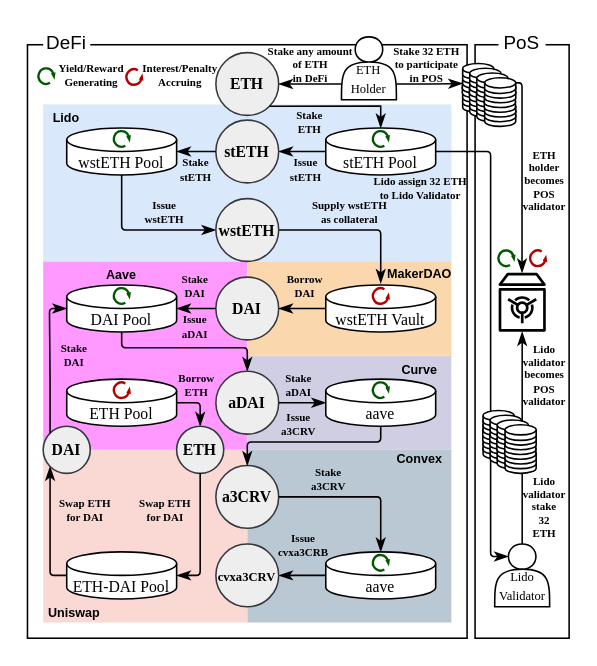
Earlier version of the draw.io diagram diagrams/complexity.drawio (lyc0603/tvl-measurement). Source tidied: cells renumbered, new cells numbered last; positions are measured from the earlier drawing's top-left corner, leaving out a move shared by most shapes. Both pictures are drawn from the tidied source at 157%, with x=0, y=0 at pixel (27, 27).
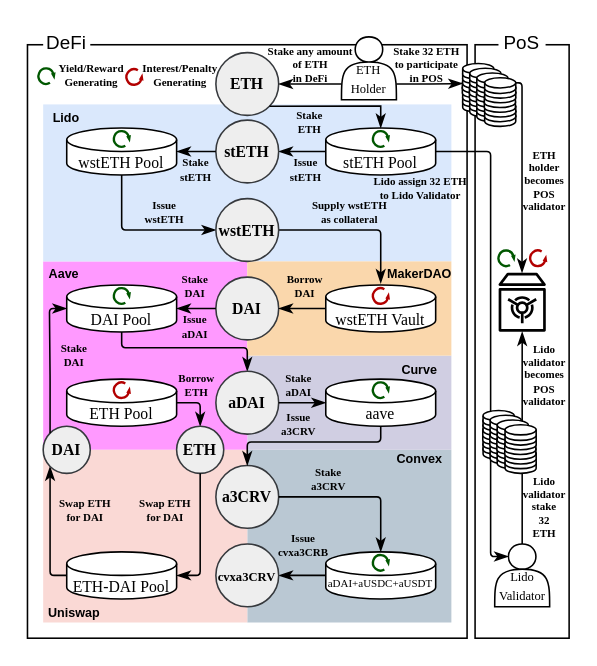
Above is the later version.

Commit message (it also covers changes not shown here):
adjust the diagram size of complexity

The edit, as a diff of the source:
```diff
@@
     <mxCell id="22" value="&lt;b&gt;Aave&lt;/b&gt;" style="text;html=1;strokeColor=none;fillColor=none;align=center;verticalAlign=middle;whiteSpace=wrap;rounded=0;fontSize=8;" parent="1" vertex="1">
-      <mxGeometry x="10" y="152" width="100" height="12" as="geometry" />
+      <mxGeometry x="10" y="151" width="26.5" height="12" as="geometry" />
     </mxCell>
@@
-    <mxCell id="41" value="aave" style="shape=cylinder3;whiteSpace=wrap;html=1;boundedLbl=1;backgroundOutline=1;size=7.5;strokeWidth=1;fontFamily=Times New Roman;fontStyle=0;fontSize=10;rounded=0;" parent="1" vertex="1">
+    <mxCell id="41" value="&lt;p style=&quot;line-height: 26%;&quot;&gt;&lt;font style=&quot;font-size: 7px;&quot;&gt;aDAI+aUSDC+aUSDT&lt;br&gt;&lt;br&gt;&lt;/font&gt;&lt;/p&gt;" style="shape=cylinder3;whiteSpace=wrap;html=1;boundedLbl=1;backgroundOutline=1;size=7.5;strokeWidth=1;fontFamily=Times New Roman;fontStyle=0;fontSize=10;rounded=0;" parent="1" vertex="1">
       <mxGeometry x="190" y="334" width="70" height="30" as="geometry" />
     </mxCell>
@@
-    <mxCell id="43" value="&lt;b style=&quot;font-size: 8px;&quot;&gt;cvxa3CRV&lt;/b&gt;" style="ellipse;whiteSpace=wrap;html=1;labelBackgroundColor=none;labelBorderColor=none;fillColor=#eeeeee;strokeColor=#36393d;fontSize=10;fontFamily=Times New Roman;rounded=0;" parent="1" vertex="1">
+    <mxCell id="43" value="&lt;span style=&quot;font-size: 8px;&quot;&gt;cvxa3CRV&lt;/span&gt;" style="ellipse;whiteSpace=wrap;html=1;labelBackgroundColor=none;labelBorderColor=none;fillColor=#eeeeee;strokeColor=#36393d;fontSize=10;fontFamily=Times New Roman;rounded=0;fontStyle=1;" parent="1" vertex="1">
       <mxGeometry x="120" y="329" width="40" height="40" as="geometry" />
     </mxCell>
@@
-    <mxCell id="158" value="Interest/Penalty&lt;br&gt;Accruing" style="text;html=1;strokeColor=none;fillColor=none;align=center;verticalAlign=middle;whiteSpace=wrap;rounded=0;fontFamily=Times New Roman;fontSize=7;fontStyle=1;" parent="1" vertex="1">
+    <mxCell id="158" value="Interest/Penalty&lt;br&gt;Generating" style="text;html=1;strokeColor=none;fillColor=none;align=center;verticalAlign=middle;whiteSpace=wrap;rounded=0;fontFamily=Times New Roman;fontSize=7;fontStyle=1;" parent="1" vertex="1">
       <mxGeometry x="70" y="23" width="55" height="16" as="geometry" />
     </mxCell>
```
